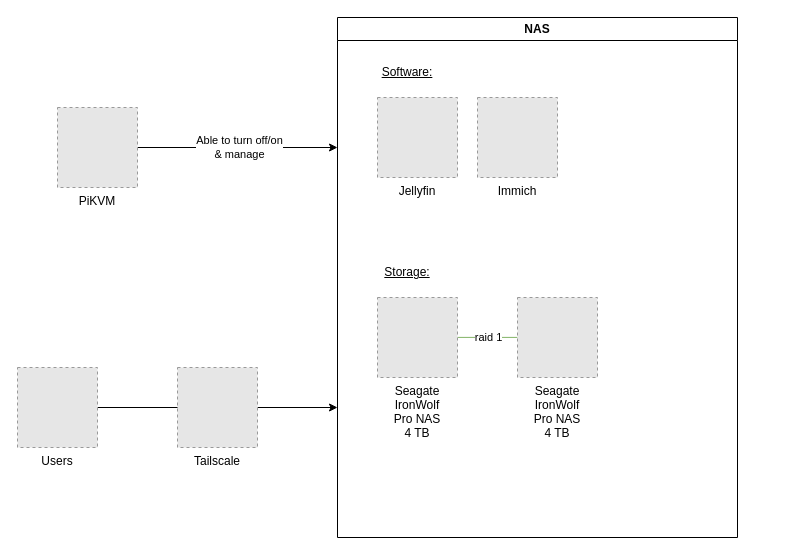
The draw.io diagram arch/homelab.drawio in schang1146/homelab, before the edit. Source tidied: cells renumbered, new cells numbered last; positions are measured from the earlier drawing's top-left corner, leaving out a move shared by most shapes. Both pictures are drawn from the tidied source at 100%, with x=0, y=0 at pixel (17, 17). Pictures stored in the file or linked from it are replaced by grey dashed boxes.
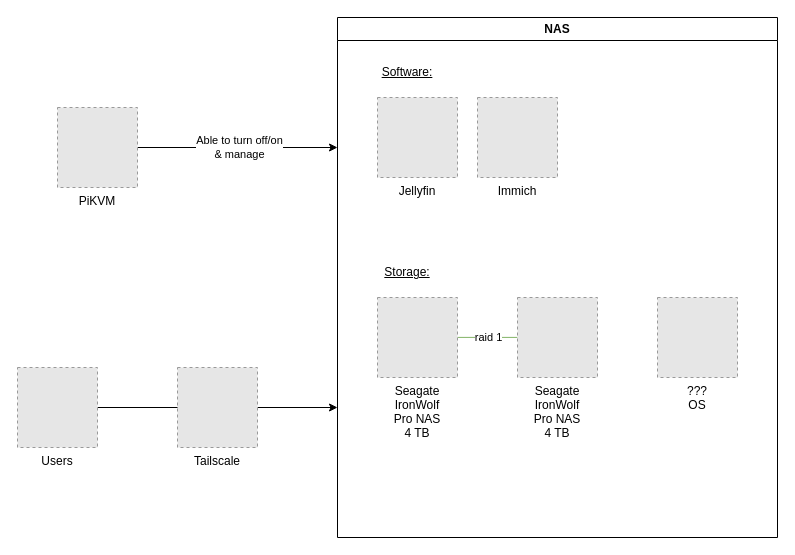
After the change.

Commit message:
add placeholder for OS storage

What changed in the source:
```diff
@@
     <mxCell id="5" value="NAS" style="swimlane;whiteSpace=wrap;html=1;" parent="1" vertex="1">
-      <mxGeometry x="320" width="400" height="520" as="geometry" />
+      <mxGeometry x="320" width="440" height="520" as="geometry" />
     </mxCell>
@@
+    <mxCell id="18" value="???&#10;OS&#10;" style="fillColor=#E6E6E6;strokeColor=#999999;dashed=1;verticalLabelPosition=bottom;labelBackgroundColor=default;verticalAlign=top;fontFamily=Fira Code;" parent="5" vertex="1">
+      <mxGeometry x="320" y="280" width="80" height="80" as="geometry" />
+    </mxCell>
```
